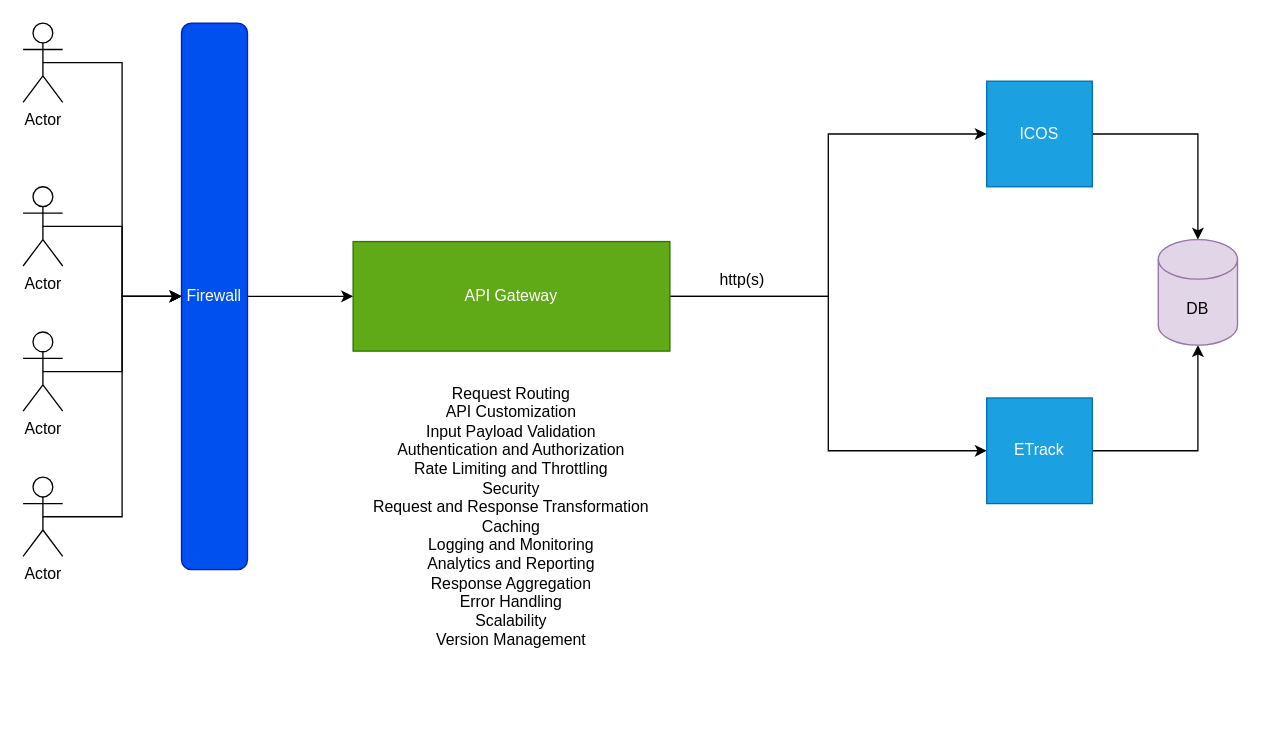
jassirwani/posta-mind-mapping keeps this draw.io diagram as system.drawio. Above is the earlier version. Source tidied: cells renumbered, new cells numbered last; positions are measured from the earlier drawing's top-left corner, leaving out a move shared by most shapes. Both pictures are drawn from the tidied source at 132%, with x=0, y=0 at pixel (22, 22).
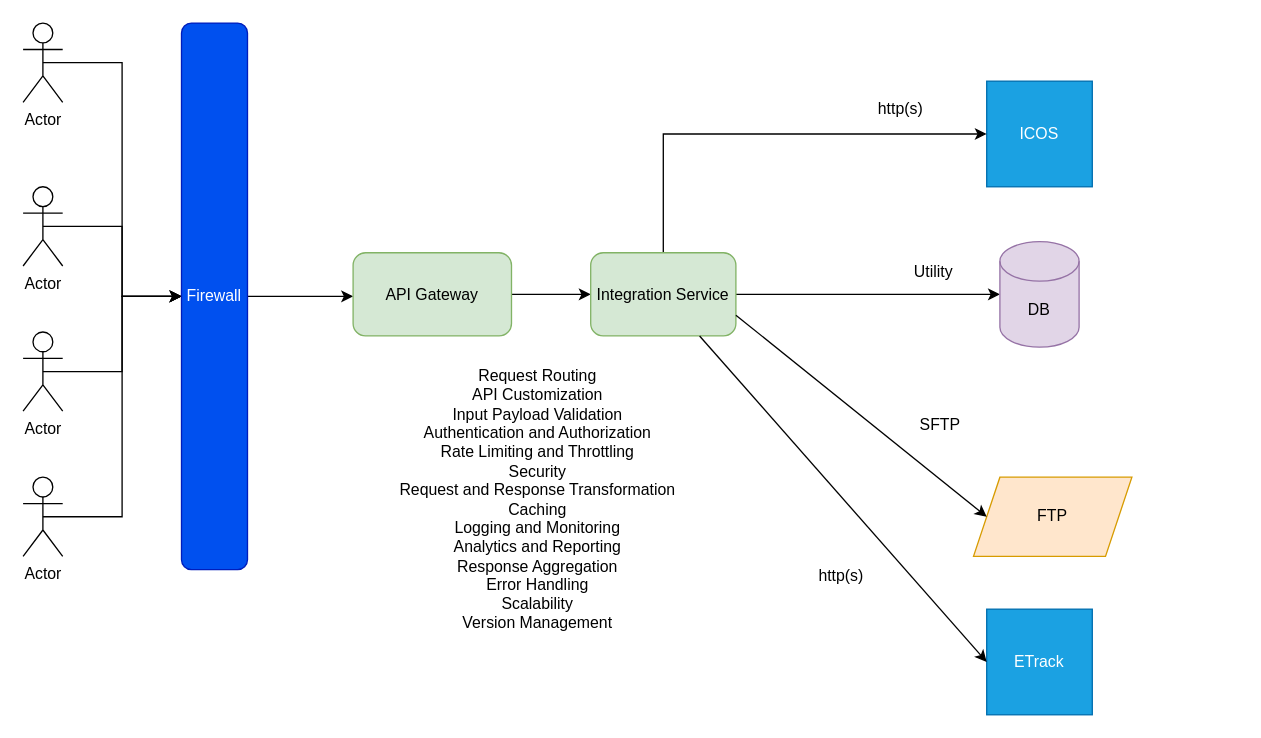
After the change.

Unchanged cells that the change refers to:
```xml
<mxCell id="11" value="Firewall" style="rounded=1;whiteSpace=wrap;html=1;direction=south;fillColor=#0050ef;fontColor=#ffffff;strokeColor=#001DBC;" parent="1" vertex="1">
  <mxGeometry x="120" width="50" height="414" as="geometry" />
</mxCell>
<mxCell id="16" value="ICOS" style="whiteSpace=wrap;html=1;fillColor=#1ba1e2;fontColor=#ffffff;strokeColor=#006EAF;" parent="1" vertex="1">
  <mxGeometry x="730" y="44" width="80" height="80" as="geometry" />
</mxCell>
```

Diff of the diagram source:
```diff
@@
-    <mxCell id="10" style="edgeStyle=orthogonalEdgeStyle;rounded=0;jettySize=auto;html=1;exitX=0.5;exitY=0;exitDx=0;exitDy=0;" parent="1" edge="1" source="11" target="14">
-      <mxGeometry relative="1" as="geometry" />
+    <mxCell id="10" style="edgeStyle=orthogonalEdgeStyle;rounded=0;jettySize=auto;html=1;exitX=0.5;exitY=0;exitDx=0;exitDy=0;" parent="1" edge="1" source="11">
+      <mxGeometry relative="1" as="geometry">
+        <mxPoint x="250" y="207" as="targetPoint" />
+      </mxGeometry>
     </mxCell>
@@
-    <mxCell id="12" style="edgeStyle=orthogonalEdgeStyle;rounded=0;jettySize=auto;html=1;exitX=1;exitY=0.5;exitDx=0;exitDy=0;entryX=0;entryY=0.5;entryDx=0;entryDy=0;" parent="1" edge="1" source="14" target="16">
-      <mxGeometry relative="1" as="geometry" />
-    </mxCell>
-    <mxCell id="13" style="edgeStyle=orthogonalEdgeStyle;rounded=0;jettySize=auto;html=1;exitX=1;exitY=0.5;exitDx=0;exitDy=0;entryX=0;entryY=0.5;entryDx=0;entryDy=0;" parent="1" edge="1" source="14" target="18">
-      <mxGeometry relative="1" as="geometry" />
-    </mxCell>
-    <mxCell id="14" value="API Gateway" style="rounded=0;whiteSpace=wrap;html=1;fillColor=#60a917;fontColor=#ffffff;strokeColor=#2D7600;" parent="1" vertex="1">
-      <mxGeometry x="250" y="165.5" width="240" height="83" as="geometry" />
-    </mxCell>
-    <mxCell id="15" style="edgeStyle=orthogonalEdgeStyle;rounded=0;jettySize=auto;html=1;exitX=1;exitY=0.5;exitDx=0;exitDy=0;" parent="1" edge="1" source="16" target="19">
+    <mxCell id="15" style="edgeStyle=orthogonalEdgeStyle;rounded=0;jettySize=auto;html=1;exitX=1;exitY=0.5;exitDx=0;exitDy=0;" parent="1" edge="1" source="24" target="19">
       <mxGeometry relative="1" as="geometry" />
     </mxCell>
@@
-    <mxCell id="17" style="edgeStyle=orthogonalEdgeStyle;rounded=0;jettySize=auto;html=1;exitX=1;exitY=0.5;exitDx=0;exitDy=0;entryX=0.5;entryY=1;entryDx=0;entryDy=0;entryPerimeter=0;" parent="1" edge="1" source="18" target="19">
-      <mxGeometry relative="1" as="geometry" />
-    </mxCell>
     <mxCell id="18" value="ETrack" style="whiteSpace=wrap;html=1;fillColor=#1ba1e2;fontColor=#ffffff;strokeColor=#006EAF;" parent="1" vertex="1">
-      <mxGeometry x="730" y="284" width="80" height="80" as="geometry" />
+      <mxGeometry x="730" y="444" width="80" height="80" as="geometry" />
     </mxCell>
-    <mxCell id="19" value="DB" style="shape=cylinder3;whiteSpace=wrap;html=1;boundedLbl=1;backgroundOutline=1;size=15;fillColor=#e1d5e7;strokeColor=#9673a6;" parent="1" vertex="1">
-      <mxGeometry x="860" y="164" width="60" height="80" as="geometry" />
-    </mxCell>
     <mxCell id="20" value="Request Routing&lt;br&gt;API Customization&lt;br&gt;Input Payload Validation&lt;br&gt;Authentication and Authorization&lt;br&gt;Rate Limiting and Throttling&lt;br&gt;Security&lt;br&gt;Request and Response Transformation&lt;br&gt;Caching&lt;br&gt;Logging and Monitoring&lt;br&gt;Analytics and Reporting&lt;br&gt;Response Aggregation&lt;br&gt;Error Handling&lt;br&gt;Scalability&lt;br&gt;Version Management" style="text;html=1;strokeColor=none;fillColor=none;align=center;verticalAlign=middle;whiteSpace=wrap;rounded=0;" parent="1" vertex="1">
-      <mxGeometry x="250" y="259" width="240" height="230" as="geometry" />
+      <mxGeometry x="270" y="245.5" width="240" height="230" as="geometry" />
     </mxCell>
     <mxCell id="21" value="http(s)" style="text;html=1;strokeColor=none;fillColor=none;align=center;verticalAlign=middle;whiteSpace=wrap;rounded=0;" parent="1" vertex="1">
-      <mxGeometry x="510" y="184" width="70" height="21.5" as="geometry" />
+      <mxGeometry x="630" y="54" width="70" height="21.5" as="geometry" />
     </mxCell>
+    <mxCell id="22" style="edgeStyle=orthogonalEdgeStyle;rounded=0;jettySize=auto;html=1;entryX=0;entryY=0.5;entryDx=0;entryDy=0;" parent="1" edge="1" source="14" target="24">
+      <mxGeometry relative="1" as="geometry" />
+    </mxCell>
+    <mxCell id="14" value="API Gateway" style="rounded=1;whiteSpace=wrap;html=1;fillColor=#d5e8d4;strokeColor=#82b366;" parent="1" vertex="1">
+      <mxGeometry x="250" y="174" width="120" height="63" as="geometry" />
+    </mxCell>
+    <mxCell id="23" style="edgeStyle=orthogonalEdgeStyle;rounded=0;jettySize=auto;html=1;entryX=0;entryY=0.5;entryDx=0;entryDy=0;exitX=0.5;exitY=0;exitDx=0;exitDy=0;" parent="1" edge="1" source="24" target="16">
+      <mxGeometry relative="1" as="geometry" />
+    </mxCell>
+    <mxCell id="24" value="Integration Service" style="rounded=1;whiteSpace=wrap;html=1;fillColor=#d5e8d4;strokeColor=#82b366;" parent="1" vertex="1">
+      <mxGeometry x="430" y="174" width="110" height="63" as="geometry" />
+    </mxCell>
+    <mxCell id="25" value="Utility" style="text;html=1;strokeColor=none;fillColor=none;align=center;verticalAlign=middle;whiteSpace=wrap;rounded=0;" parent="1" vertex="1">
+      <mxGeometry x="660" y="174" width="60" height="30" as="geometry" />
+    </mxCell>
+    <mxCell id="26" value="FTP" style="shape=parallelogram;perimeter=parallelogramPerimeter;whiteSpace=wrap;html=1;fixedSize=1;fillColor=#ffe6cc;strokeColor=#d79b00;" parent="1" vertex="1">
+      <mxGeometry x="720" y="344" width="120" height="60" as="geometry" />
+    </mxCell>
+    <mxCell id="19" value="DB" style="shape=cylinder3;whiteSpace=wrap;html=1;boundedLbl=1;backgroundOutline=1;size=15;fillColor=#e1d5e7;strokeColor=#9673a6;" parent="1" vertex="1">
+      <mxGeometry x="740" y="165.5" width="60" height="80" as="geometry" />
+    </mxCell>
+    <mxCell id="27" style="endArrow=classic;html=1;rounded=0;entryX=0;entryY=0.5;entryDx=0;entryDy=0;exitX=1;exitY=0.75;exitDx=0;exitDy=0;" parent="1" edge="1" source="24" target="26">
+      <mxGeometry relative="1" as="geometry" />
+    </mxCell>
+    <mxCell id="28" style="endArrow=classic;html=1;rounded=0;entryX=0;entryY=0.5;entryDx=0;entryDy=0;exitX=0.75;exitY=1;exitDx=0;exitDy=0;" parent="1" edge="1" source="24" target="18">
+      <mxGeometry relative="1" as="geometry" />
+    </mxCell>
+    <mxCell id="29" value="SFTP" style="text;html=1;strokeColor=none;fillColor=none;align=center;verticalAlign=middle;whiteSpace=wrap;rounded=0;" parent="1" vertex="1">
+      <mxGeometry x="660" y="294" width="70" height="21.5" as="geometry" />
+    </mxCell>
+    <mxCell id="30" value="http(s)" style="text;html=1;strokeColor=none;fillColor=none;align=center;verticalAlign=middle;whiteSpace=wrap;rounded=0;" parent="1" vertex="1">
+      <mxGeometry x="590" y="404" width="60" height="30" as="geometry" />
+    </mxCell>
```
